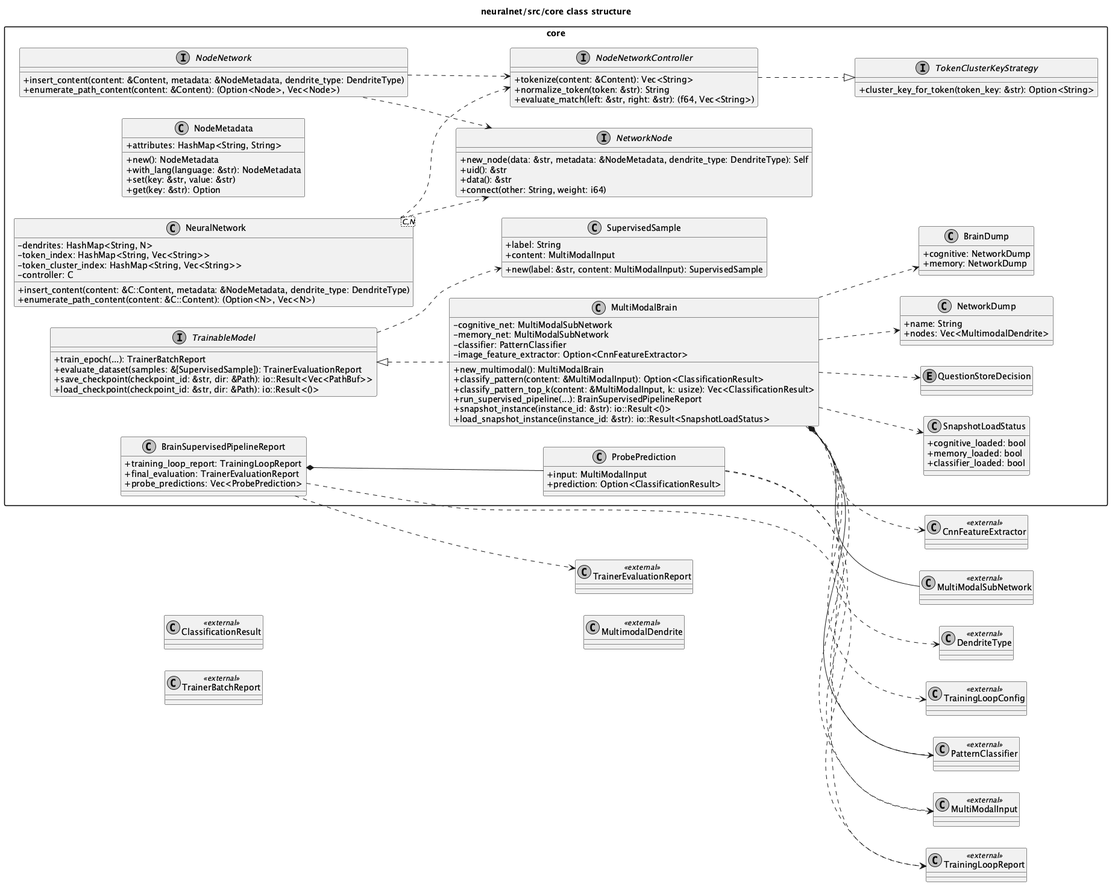
This is library/neuralnet/src/core/architecture.png from samcolak/neuron, a PlantUML export, as it was before one commit.
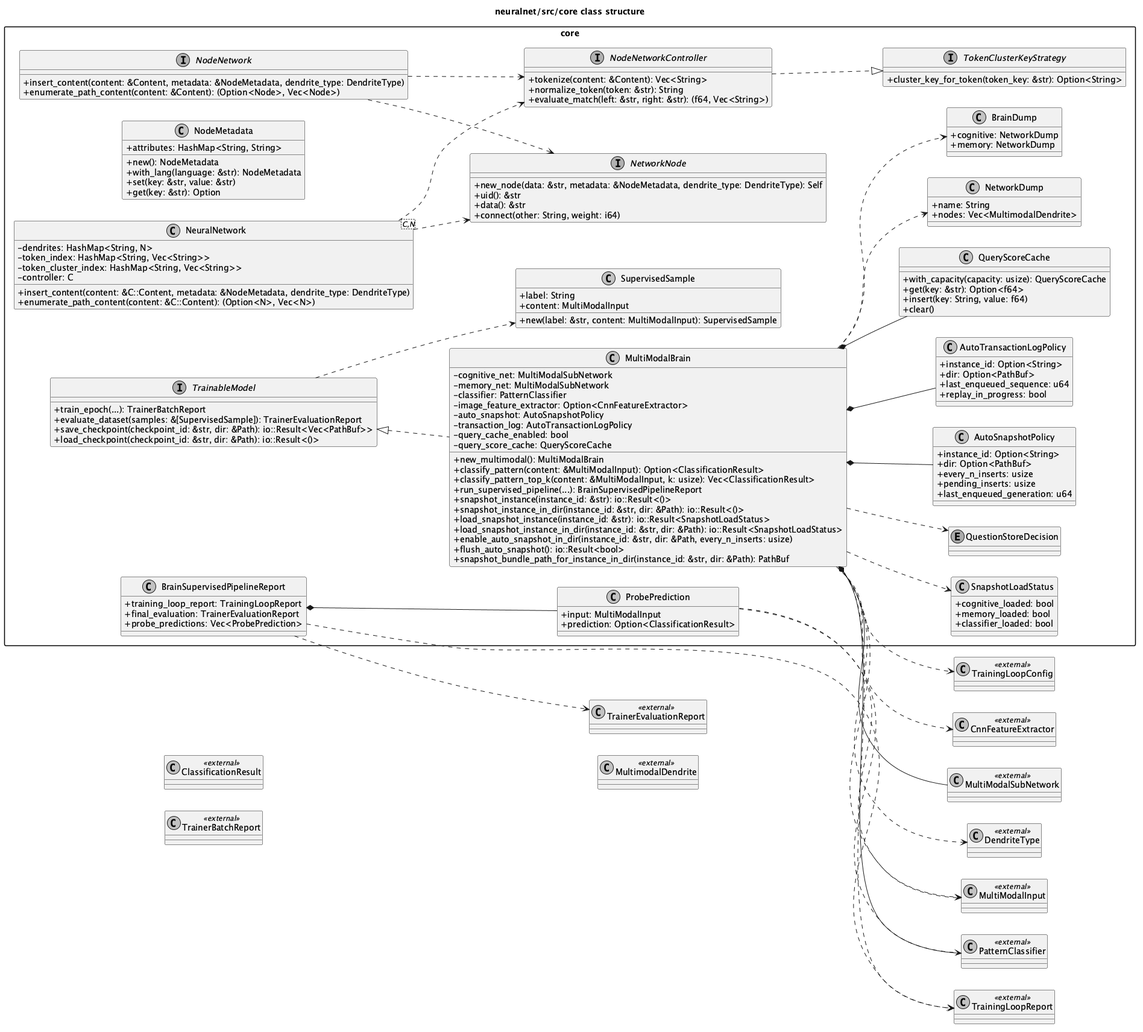
After the commit.

The edit, as a diff of the source:
```diff
@@ -13,12 +13,43 @@
     - memory_net: MultiModalSubNetwork
     - classifier: PatternClassifier
     - image_feature_extractor: Option<CnnFeatureExtractor>
+    - auto_snapshot: AutoSnapshotPolicy
+    - transaction_log: AutoTransactionLogPolicy
+    - query_cache_enabled: bool
+    - query_score_cache: QueryScoreCache
     + new_multimodal(): MultiModalBrain
     + classify_pattern(content: &MultiModalInput): Option<ClassificationResult>
     + classify_pattern_top_k(content: &MultiModalInput, k: usize): Vec<ClassificationResult>
     + run_supervised_pipeline(...): BrainSupervisedPipelineReport
     + snapshot_instance(instance_id: &str): io::Result<()>
+    + snapshot_instance_in_dir(instance_id: &str, dir: &Path): io::Result<()>
     + load_snapshot_instance(instance_id: &str): io::Result<SnapshotLoadStatus>
+    + load_snapshot_instance_in_dir(instance_id: &str, dir: &Path): io::Result<SnapshotLoadStatus>
+    + enable_auto_snapshot_in_dir(instance_id: &str, dir: &Path, every_n_inserts: usize)
+    + flush_auto_snapshot(): io::Result<bool>
+    + snapshot_bundle_path_for_instance_in_dir(instance_id: &str, dir: &Path): PathBuf
+  }
+
+  class AutoSnapshotPolicy {
+    + instance_id: Option<String>
+    + dir: Option<PathBuf>
+    + every_n_inserts: usize
+    + pending_inserts: usize
+    + last_enqueued_generation: u64
+  }
+
+  class AutoTransactionLogPolicy {
+    + instance_id: Option<String>
+    + dir: Option<PathBuf>
+    + last_enqueued_sequence: u64
+    + replay_in_progress: bool
+  }
+
+  class QueryScoreCache {
+    + with_capacity(capacity: usize): QueryScoreCache
+    + get(key: &str): Option<f64>
+    + insert(key: String, value: f64)
+    + clear()
   }
 
   class NetworkDump {
@@ -117,6 +148,9 @@
 
 MultiModalBrain *-- PatternClassifier
 MultiModalBrain *-- MultiModalSubNetwork
+MultiModalBrain *-- AutoSnapshotPolicy
+MultiModalBrain *-- AutoTransactionLogPolicy
+MultiModalBrain *-- QueryScoreCache
 MultiModalBrain ..> CnnFeatureExtractor
 MultiModalBrain ..> MultiModalInput
 MultiModalBrain ..> DendriteType
```
